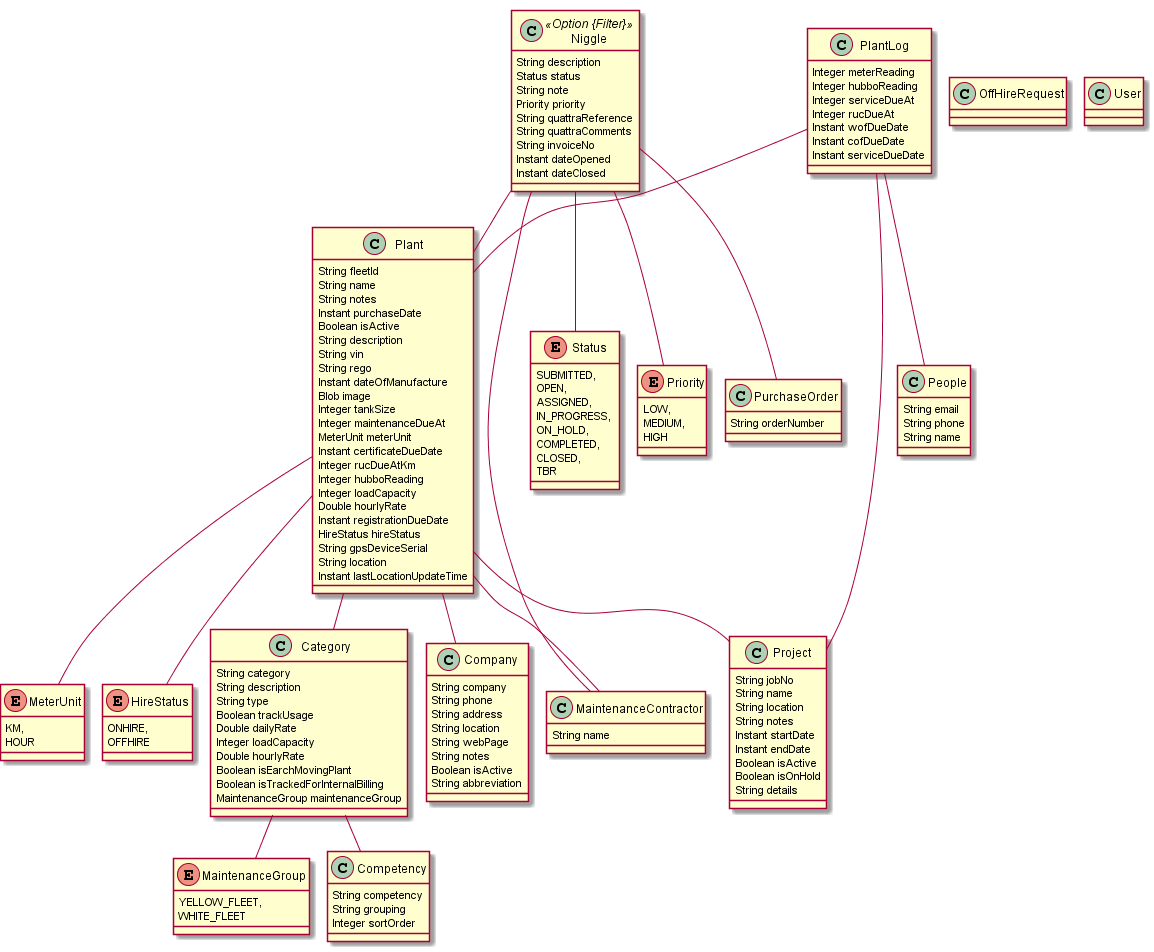
Before: jhipster-jdl.png, a diagram exported from PlantUML (LIUTaichen/newShirley).
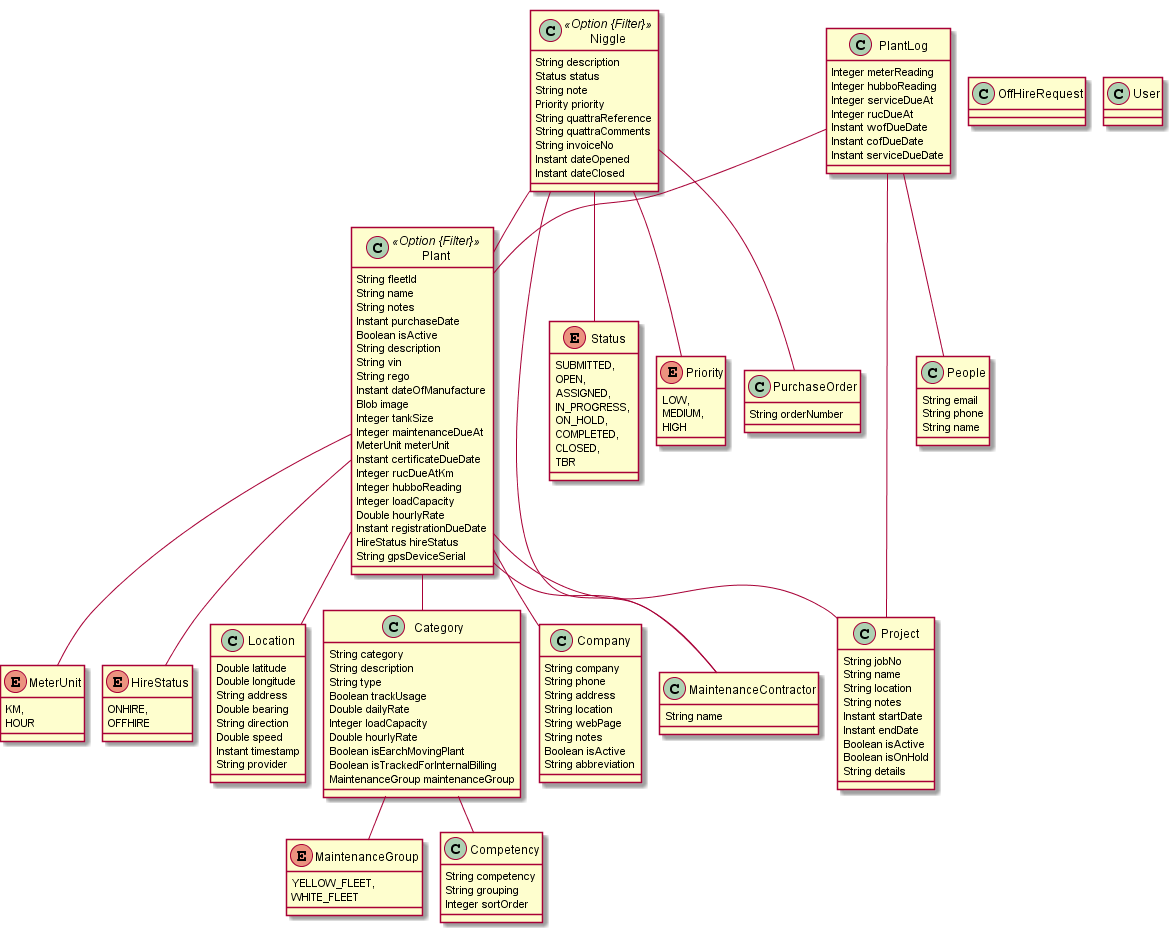
After the change.

The edit, as a diff of the source:
```diff
@@ -1,7 +1,7 @@
 @startuml
 	!pragma graphviz_dot jdot
 	!pragma syntax class
-	class Plant  {
+	class Plant <<Option {Filter}>> {
 		String fleetId
 		String name
 		String notes
@@ -23,11 +23,19 @@
 		Instant registrationDueDate
 		HireStatus hireStatus
 		String gpsDeviceSerial
-		String location
-		Instant lastLocationUpdateTime
 	}
 	Plant ..> MeterUnit
 	Plant ..> HireStatus
+	class Location  {
+		Double latitude
+		Double longitude
+		String address
+		Double bearing
+		String direction
+		Double speed
+		Instant timestamp
+		String provider
+	}
 	enum HireStatus {
 		ONHIRE,
 		OFFHIRE
@@ -136,6 +144,7 @@
 	PlantLog  "operator 0..* " o-- "0..1 "  People
 	PlantLog  "site 0..* " o-- "0..1 "  Project
 	Niggle  "purchaseOrder 0..1 " -- "0..1 "  PurchaseOrder
+	Plant  "location 0..1 " -- "0..1 "  Location
 	enum MaintenanceGroup {
 		YELLOW_FLEET,
 		WHITE_FLEET
```
